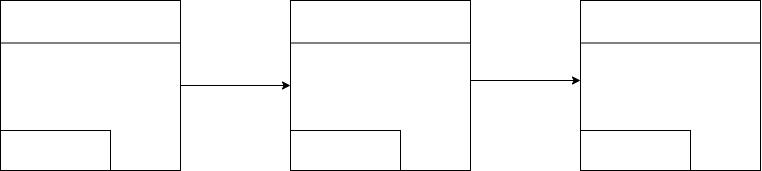
Before: IDEF1X.png, a diagram exported from draw.io (krimberg/Alarm-clock). Source tidied: cells renumbered, new cells last; positions are measured from the earlier drawing's top-left corner, leaving out a move shared by most shapes.
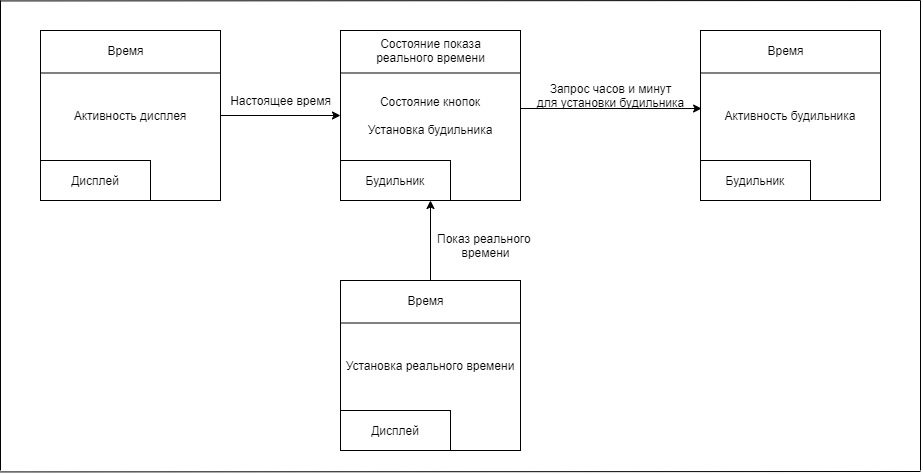
After the commit.

Change to the diagram source:
```diff
@@ -2,29 +2,29 @@
   <root>
     <mxCell id="0" />
     <mxCell id="1" parent="0" />
-    <mxCell id="2" style="rounded=0;whiteSpace=wrap;html=1;" parent="1" vertex="1">
+    <mxCell id="2" value="Активность дисплея" style="rounded=0;whiteSpace=wrap;html=1;" parent="1" vertex="1">
       <mxGeometry width="180" height="170" as="geometry" />
     </mxCell>
-    <mxCell id="3" style="rounded=0;whiteSpace=wrap;html=1;" parent="1" vertex="1">
+    <mxCell id="3" value="Дисплей" style="rounded=0;whiteSpace=wrap;html=1;" parent="1" vertex="1">
       <mxGeometry y="130" width="110" height="40" as="geometry" />
     </mxCell>
     <mxCell id="4" style="endArrow=none;html=1;entryX=1;entryY=0.25;entryDx=0;entryDy=0;exitX=0;exitY=0.25;exitDx=0;exitDy=0;" parent="1" edge="1" source="2" target="2">
       <mxGeometry relative="1" as="geometry" />
     </mxCell>
-    <mxCell id="5" style="rounded=0;whiteSpace=wrap;html=1;" parent="1" vertex="1">
-      <mxGeometry x="290" width="180" height="170" as="geometry" />
+    <mxCell id="5" value="Состояние кнопок&lt;br&gt;&lt;br&gt;Установка будильника" style="rounded=0;whiteSpace=wrap;html=1;" parent="1" vertex="1">
+      <mxGeometry x="300" width="180" height="170" as="geometry" />
     </mxCell>
-    <mxCell id="6" style="rounded=0;whiteSpace=wrap;html=1;" parent="1" vertex="1">
-      <mxGeometry x="290" y="130" width="110" height="40" as="geometry" />
+    <mxCell id="6" value="Будильник" style="rounded=0;whiteSpace=wrap;html=1;" parent="1" vertex="1">
+      <mxGeometry x="300" y="130" width="110" height="40" as="geometry" />
     </mxCell>
     <mxCell id="7" style="endArrow=none;html=1;entryX=1;entryY=0.25;entryDx=0;entryDy=0;exitX=0;exitY=0.25;exitDx=0;exitDy=0;" parent="1" edge="1" source="5" target="5">
       <mxGeometry relative="1" as="geometry" />
     </mxCell>
-    <mxCell id="8" style="rounded=0;whiteSpace=wrap;html=1;" parent="1" vertex="1">
-      <mxGeometry x="580" width="180" height="170" as="geometry" />
+    <mxCell id="8" value="Активность будильника" style="rounded=0;whiteSpace=wrap;html=1;" parent="1" vertex="1">
+      <mxGeometry x="660" width="180" height="170" as="geometry" />
     </mxCell>
-    <mxCell id="9" style="rounded=0;whiteSpace=wrap;html=1;" parent="1" vertex="1">
-      <mxGeometry x="580" y="130" width="110" height="40" as="geometry" />
+    <mxCell id="9" value="Будильник" style="rounded=0;whiteSpace=wrap;html=1;" parent="1" vertex="1">
+      <mxGeometry x="660" y="130" width="110" height="40" as="geometry" />
     </mxCell>
     <mxCell id="10" style="endArrow=none;html=1;entryX=1;entryY=0.25;entryDx=0;entryDy=0;exitX=0;exitY=0.25;exitDx=0;exitDy=0;" parent="1" edge="1" source="8" target="8">
       <mxGeometry relative="1" as="geometry" />
@@ -32,11 +32,67 @@
     <mxCell id="11" style="endArrow=classic;html=1;entryX=0;entryY=0.5;entryDx=0;entryDy=0;exitX=1;exitY=0.5;exitDx=0;exitDy=0;" parent="1" edge="1" source="2" target="5">
       <mxGeometry relative="1" as="geometry" />
     </mxCell>
-    <mxCell id="12" style="endArrow=classic;html=1;entryX=0;entryY=0.5;entryDx=0;entryDy=0;exitX=1;exitY=0.5;exitDx=0;exitDy=0;" parent="1" edge="1">
+    <mxCell id="12" style="endArrow=classic;html=1;entryX=0.006;entryY=0.459;entryDx=0;entryDy=0;entryPerimeter=0;" parent="1" edge="1" target="8">
       <mxGeometry relative="1" as="geometry">
-        <mxPoint x="470" y="80" as="sourcePoint" />
-        <mxPoint x="580" y="80" as="targetPoint" />
+        <mxPoint x="480" y="78" as="sourcePoint" />
       </mxGeometry>
     </mxCell>
+    <mxCell id="13" value="Время" style="text;html=1;align=center;verticalAlign=middle;" parent="1" vertex="1">
+      <mxGeometry x="60" y="10" width="50" height="20" as="geometry" />
+    </mxCell>
+    <mxCell id="14" value="Настоящее время" style="text;html=1;align=center;verticalAlign=middle;" parent="1" vertex="1">
+      <mxGeometry x="180" y="60" width="120" height="20" as="geometry" />
+    </mxCell>
+    <mxCell id="15" value="Запрос часов и минут&lt;br&gt;для установки будильника" style="text;html=1;align=center;verticalAlign=middle;" parent="1" vertex="1">
+      <mxGeometry x="490" y="50" width="160" height="30" as="geometry" />
+    </mxCell>
+    <mxCell id="16" value="Время" style="text;html=1;align=center;verticalAlign=middle;" parent="1" vertex="1">
+      <mxGeometry x="720" y="10" width="50" height="20" as="geometry" />
+    </mxCell>
+    <mxCell id="17" value="Состояние показа&lt;br&gt;реального времени" style="text;html=1;align=center;verticalAlign=middle;" parent="1" vertex="1">
+      <mxGeometry x="330" y="5" width="120" height="30" as="geometry" />
+    </mxCell>
+    <mxCell id="18" style="edgeStyle=orthogonalEdgeStyle;rounded=0;jettySize=auto;html=1;" parent="1" edge="1" source="19" target="5">
+      <mxGeometry relative="1" as="geometry" />
+    </mxCell>
+    <mxCell id="19" value="Установка реального времени" style="rounded=0;whiteSpace=wrap;html=1;" parent="1" vertex="1">
+      <mxGeometry x="300" y="250" width="180" height="170" as="geometry" />
+    </mxCell>
+    <mxCell id="20" value="Дисплей" style="rounded=0;whiteSpace=wrap;html=1;" parent="1" vertex="1">
+      <mxGeometry x="300" y="380" width="110" height="40" as="geometry" />
+    </mxCell>
+    <mxCell id="21" style="endArrow=none;html=1;entryX=1;entryY=0.25;entryDx=0;entryDy=0;exitX=0;exitY=0.25;exitDx=0;exitDy=0;" parent="1" edge="1" source="19" target="19">
+      <mxGeometry relative="1" as="geometry" />
+    </mxCell>
+    <mxCell id="22" value="Время" style="text;html=1;align=center;verticalAlign=middle;" parent="1" vertex="1">
+      <mxGeometry x="360" y="260" width="50" height="20" as="geometry" />
+    </mxCell>
+    <mxCell id="23" value="Показ реального &lt;br&gt;времени" style="text;html=1;align=center;verticalAlign=middle;" parent="1" vertex="1">
+      <mxGeometry x="390" y="200" width="110" height="30" as="geometry" />
+    </mxCell>
+    <mxCell id="24" style="endArrow=none;html=1;" parent="1" edge="1">
+      <mxGeometry relative="1" as="geometry">
+        <mxPoint x="-40" y="441.4" as="sourcePoint" />
+        <mxPoint x="880" y="441" as="targetPoint" />
+      </mxGeometry>
+    </mxCell>
+    <mxCell id="25" style="endArrow=none;html=1;" parent="1" edge="1">
+      <mxGeometry relative="1" as="geometry">
+        <mxPoint x="-40" y="-29.6" as="sourcePoint" />
+        <mxPoint x="880" y="-30" as="targetPoint" />
+      </mxGeometry>
+    </mxCell>
+    <mxCell id="26" style="endArrow=none;html=1;" parent="1" edge="1">
+      <mxGeometry relative="1" as="geometry">
+        <mxPoint x="-40" y="440" as="sourcePoint" />
+        <mxPoint x="-40" y="-30" as="targetPoint" />
+      </mxGeometry>
+    </mxCell>
+    <mxCell id="27" style="endArrow=none;html=1;" parent="1" edge="1">
+      <mxGeometry relative="1" as="geometry">
+        <mxPoint x="880" y="440" as="sourcePoint" />
+        <mxPoint x="880" y="-30" as="targetPoint" />
+      </mxGeometry>
+    </mxCell>
   </root>
 </mxGraphModel>
```
